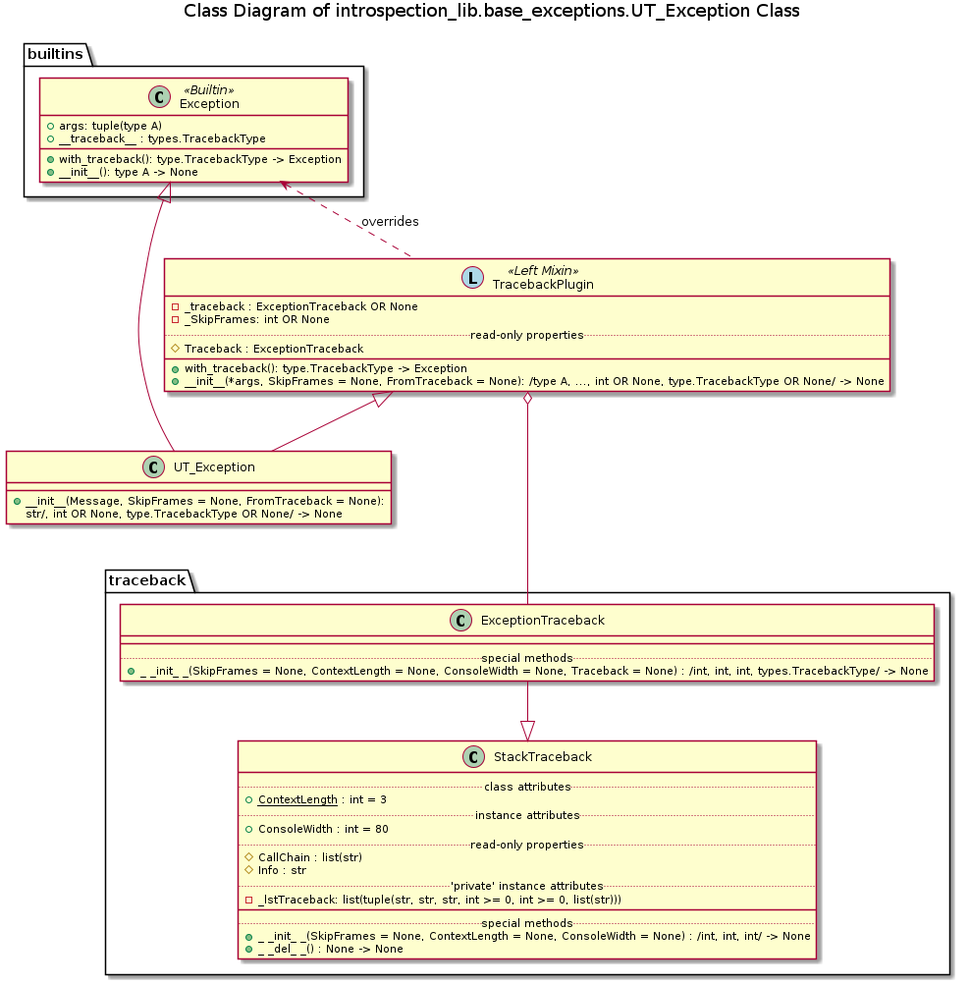
This is Documentation/UML/base_exceptions/ut_exception.png from FooBarShebang/introspection_lib, a PlantUML export, as it was before one commit. The source it was exported from:
```plantuml
@startuml ut_exception

title Class Diagram of introspection_lib.base_exceptions.UT_Exception Class

namespace builtins {















class Exception <<Builtin>> {
    + {field} args: tuple(type A)
    + __traceback__ : types.TracebackType
    + with_traceback(): type.TracebackType -> Exception
    + __init__(): type A -> None
}
}

namespace traceback {


class ExceptionTraceback {
    ___
    ..special methods..
    + _ _init_ _(SkipFrames = None, ContextLength = None, ConsoleWidth = None, Traceback = None) : /int, int, int, types.TracebackType/ -> None
}



class StackTraceback {
    ..class attributes..
    + {field} <u>ContextLength</u> : int = 3
    ..instance attributes..
    + ConsoleWidth : int = 80
    ..read-only properties..
    # {field} CallChain : list(str)
    # Info : str
    ..'private' instance attributes..
    - {field} _lstTraceback: list(tuple(str, str, str, int >= 0, int >= 0, list(str)))
    ___
    ..special methods..
    + _ _init_ _(SkipFrames = None, ContextLength = None, ConsoleWidth = None) : /int, int, int/ -> None
    + _ _del_ _() : None -> None
}

    ExceptionTraceback --|> StackTraceback
}

class UT_Exception {
    __
    + __init__(Message, SkipFrames = None, FromTraceback = None):
    str/, int OR None, type.TracebackType OR None/ -> None
}

builtins.Exception <|--- UT_Exception



class TracebackPlugin <<(L, lightblue) Left Mixin>> {
    - _traceback : ExceptionTraceback OR None
    - _SkipFrames: int OR None
    ..read-only properties..
    # Traceback : ExceptionTraceback
    ___
    + with_traceback(): type.TracebackType -> Exception
    + __init__(*args, SkipFrames = None, FromTraceback = None): /type A, ..., int OR None, type.TracebackType OR None/ -> None
}

TracebackPlugin <|-- UT_Exception

TracebackPlugin o--- traceback.ExceptionTraceback

builtins.Exception <.. TracebackPlugin : overrides

@enduml
```
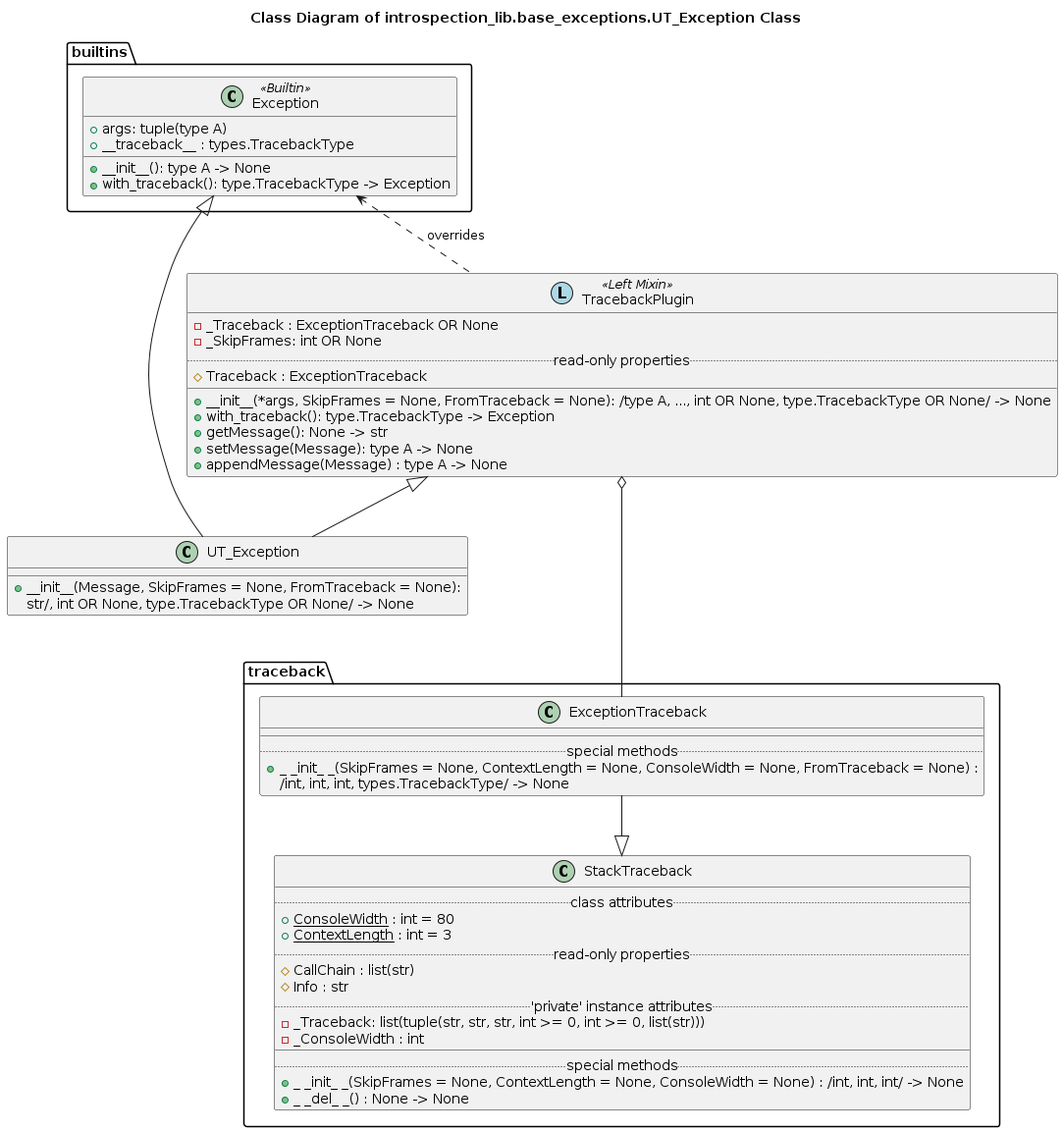
Above is the later version.

The edit, as a diff of the source:
```diff
@@ -2,56 +2,24 @@
 
 title Class Diagram of introspection_lib.base_exceptions.UT_Exception Class
 
+!if %not(%variable_exists("$CLASSES"))
+    !include ../Templates/Classes2.cuml
+!endif
+
 namespace builtins {
-
-
-
-
-
-
-
-
-
-
-
-
-
-
-
-class Exception <<Builtin>> {
-    + {field} args: tuple(type A)
-    + __traceback__ : types.TracebackType
-    + with_traceback(): type.TracebackType -> Exception
-    + __init__(): type A -> None
-}
+    !if $is_not_defined("$BASE_EXCEPTIONS_EXCEPTION")
+        !include ./exception.iuml
+    !endif
 }
 
 namespace traceback {
+    !if $is_not_defined("$TRACEBACK_EXCEPTIONTRACEBACK")
+        !include ../traceback/ExceptionTraceback.iuml
+    !endif
 
-
-class ExceptionTraceback {
-    ___
-    ..special methods..
-    + _ _init_ _(SkipFrames = None, ContextLength = None, ConsoleWidth = None, Traceback = None) : /int, int, int, types.TracebackType/ -> None
-}
-
-
-
-class StackTraceback {
-    ..class attributes..
-    + {field} <u>ContextLength</u> : int = 3
-    ..instance attributes..
-    + ConsoleWidth : int = 80
-    ..read-only properties..
-    # {field} CallChain : list(str)
-    # Info : str
-    ..'private' instance attributes..
-    - {field} _lstTraceback: list(tuple(str, str, str, int >= 0, int >= 0, list(str)))
-    ___
-    ..special methods..
-    + _ _init_ _(SkipFrames = None, ContextLength = None, ConsoleWidth = None) : /int, int, int/ -> None
-    + _ _del_ _() : None -> None
-}
+    !if $is_not_defined("$TRACEBACK_STACKTRACEBACK")
+        !include ../traceback/StackTraceback.iuml
+    !endif
 
     ExceptionTraceback --|> StackTraceback
 }
@@ -64,17 +32,9 @@
 
 builtins.Exception <|--- UT_Exception
 
-
-
-class TracebackPlugin <<(L, lightblue) Left Mixin>> {
-    - _traceback : ExceptionTraceback OR None
-    - _SkipFrames: int OR None
-    ..read-only properties..
-    # Traceback : ExceptionTraceback
-    ___
-    + with_traceback(): type.TracebackType -> Exception
-    + __init__(*args, SkipFrames = None, FromTraceback = None): /type A, ..., int OR None, type.TracebackType OR None/ -> None
-}
+!if $is_not_defined("$BASE_EXCEPTION_TRACEBACK_PLUGIN")
+    !include ./traceback_plugin.iuml
+!endif
 
 TracebackPlugin <|-- UT_Exception
 
```
